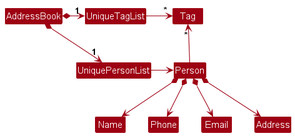
The PlantUML diagram docs/images/BetterModelClassDiagram.png in nus-cs2103-AY2425S1/tp, before a commit.
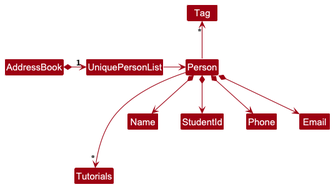
Above is the later version.

What changed in the source:
```diff
@@ -5,17 +5,14 @@
 skinparam classBackgroundColor MODEL_COLOR
 
 AddressBook *-right-> "1" UniquePersonList
-AddressBook *-right-> "1" UniqueTagList
-UniqueTagList -[hidden]down- UniquePersonList
-UniqueTagList -[hidden]down- UniquePersonList
 
-UniqueTagList -right-> "*" Tag
 UniquePersonList -right-> Person
 
 Person -up-> "*" Tag
 
+Person ---> "*" Tutorials
 Person *--> Name
+Person *--> StudentId
 Person *--> Phone
 Person *--> Email
-Person *--> Address
 @enduml
```
